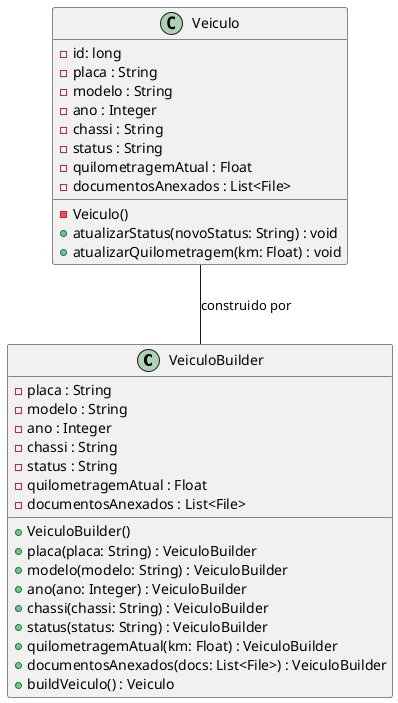
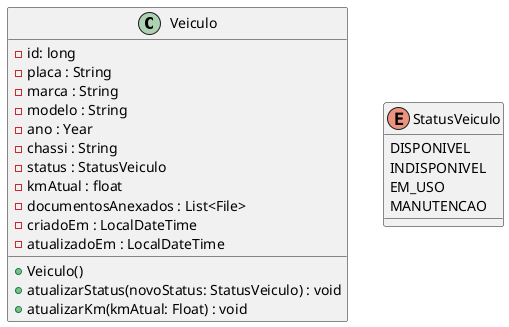
@startuml
- 
- class VeiculoBuilder {
-   - placa : String
-   - modelo : String
-   - ano : Integer
-   - chassi : String
-   - status : String
-   - quilometragemAtual : Float
-   - documentosAnexados : List<File>
-   + VeiculoBuilder()
-   + placa(placa: String) : VeiculoBuilder
-   + modelo(modelo: String) : VeiculoBuilder
-   + ano(ano: Integer) : VeiculoBuilder
-   + chassi(chassi: String) : VeiculoBuilder
-   + status(status: String) : VeiculoBuilder
-   + quilometragemAtual(km: Float) : VeiculoBuilder
-   + documentosAnexados(docs: List<File>) : VeiculoBuilder
-   + buildVeiculo() : Veiculo
- }

class Veiculo {
  - id: long
  - placa : String
+   - marca : String
  - modelo : String
-   - ano : Integer
+   - ano : Year
  - chassi : String
-   - status : String
-   - quilometragemAtual : Float
+   - status : StatusVeiculo
+   - kmAtual : float
  - documentosAnexados : List<File>
-   - Veiculo()
-   + atualizarStatus(novoStatus: String) : void
-   + atualizarQuilometragem(km: Float) : void
+   - criadoEm : LocalDateTime
+   - atualizadoEm : LocalDateTime
+   + Veiculo()
+   + atualizarStatus(novoStatus: StatusVeiculo) : void
+   + atualizarKm(kmAtual: Float) : void
}

- Veiculo -- VeiculoBuilder : construido por
+ enum StatusVeiculo {
+   DISPONIVEL
+   INDISPONIVEL
+   EM_USO
+   MANUTENCAO
+ }
@enduml
